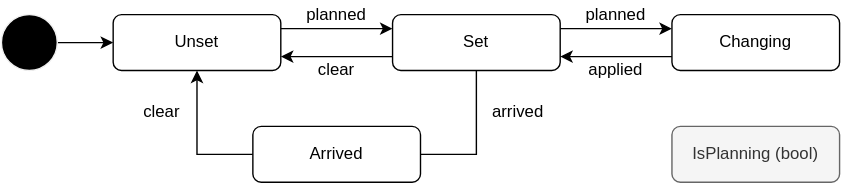
Before: docs/design/autoware-interface/ad-api/states/route.drawio.svg, a diagram exported from draw.io (tier4/autoware-documentation). Source tidied: cells renumbered, new cells last; positions are measured from the earlier drawing's top-left corner, leaving out a move shared by most shapes.
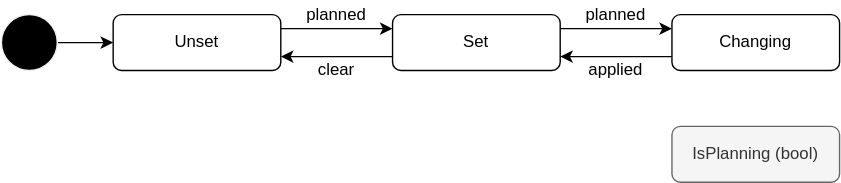
The same file after the commit.

Change to the diagram source:
```diff
@@ -38,14 +38,6 @@
         </Array>
       </mxGeometry>
     </mxCell>
-    <mxCell id="9" style="edgeStyle=orthogonalEdgeStyle;html=1;entryX=1;entryY=0.5;entryDx=0;entryDy=0;rounded=0;" parent="1" edge="1" source="10">
-      <mxGeometry relative="1" as="geometry">
-        <mxPoint x="280" y="110" as="targetPoint" />
-        <Array as="points">
-          <mxPoint x="340" y="110" />
-        </Array>
-      </mxGeometry>
-    </mxCell>
     <mxCell id="10" value="Set" style="rounded=1;whiteSpace=wrap;html=1;" parent="1" vertex="1">
       <mxGeometry x="280" y="10" width="120" height="40" as="geometry" />
     </mxCell>
@@ -66,22 +58,6 @@
     <mxCell id="14" value="applied" style="text;html=1;strokeColor=none;fillColor=none;align=center;verticalAlign=middle;whiteSpace=wrap;rounded=0;" parent="1" vertex="1">
       <mxGeometry x="400" y="40" width="80" height="20" as="geometry" />
     </mxCell>
-    <mxCell id="15" style="edgeStyle=orthogonalEdgeStyle;rounded=0;html=1;" parent="1" edge="1" source="16" target="6">
-      <mxGeometry relative="1" as="geometry">
-        <Array as="points">
-          <mxPoint x="140" y="110" />
-        </Array>
-      </mxGeometry>
-    </mxCell>
-    <mxCell id="16" value="Arrived" style="rounded=1;whiteSpace=wrap;html=1;" parent="1" vertex="1">
-      <mxGeometry x="180" y="90" width="120" height="40" as="geometry" />
-    </mxCell>
-    <mxCell id="17" value="arrived" style="text;html=1;strokeColor=none;fillColor=none;align=center;verticalAlign=middle;whiteSpace=wrap;rounded=0;" parent="1" vertex="1">
-      <mxGeometry x="340" y="70" width="60" height="20" as="geometry" />
-    </mxCell>
-    <mxCell id="18" value="clear" style="text;html=1;strokeColor=none;fillColor=none;align=center;verticalAlign=middle;whiteSpace=wrap;rounded=0;" parent="1" vertex="1">
-      <mxGeometry x="90" y="70" width="50" height="20" as="geometry" />
-    </mxCell>
     <mxCell id="19" value="IsPlanning (bool)" style="rounded=1;whiteSpace=wrap;html=1;fillColor=#f5f5f5;fontColor=#333333;strokeColor=#666666;" parent="1" vertex="1">
       <mxGeometry x="480" y="90" width="120" height="40" as="geometry" />
     </mxCell>
```
